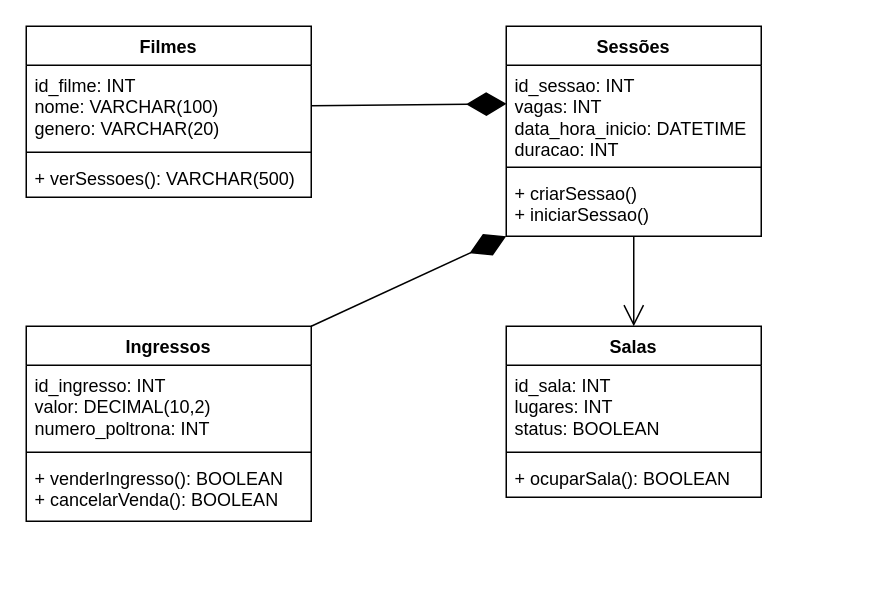
Before: SENAI/BACK-END/Semestre 2/diagrama_classe/atividade_cinema_classes_andrewclarck.drawio in andrew-clarck/SENAI, a draw.io diagram. Source tidied: cells renumbered, new cells numbered last; positions are measured from the earlier drawing's top-left corner, leaving out a move shared by most shapes. Both pictures are drawn from the tidied source at 150%, with x=0, y=0 at pixel (26, 26).
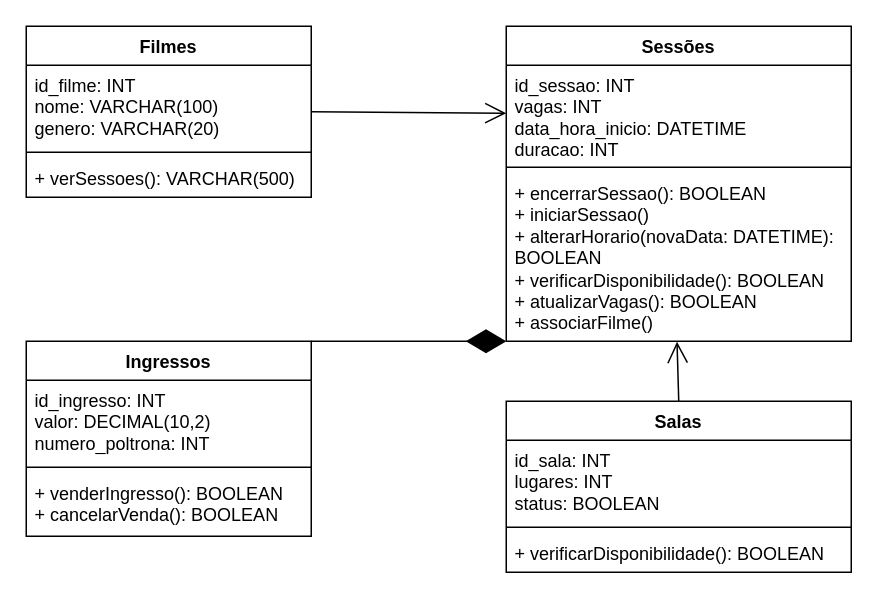
Above is the later version.

The change refers to these unchanged cells:
```xml
<mxCell id="2" value="Filmes" style="swimlane;fontStyle=1;align=center;verticalAlign=top;horizontal=1;startSize=26;whiteSpace=wrap;html=1;" parent="1" vertex="1">
  <mxGeometry width="190" height="114" as="geometry" />
</mxCell>
<mxCell id="3" value="&lt;div&gt;id_filme: INT&lt;/div&gt;nome: VARCHAR(100)&lt;div&gt;genero: VARCHAR(20)&lt;/div&gt;" style="text;strokeColor=none;fillColor=none;align=left;verticalAlign=top;spacingLeft=4;spacingRight=4;overflow=hidden;points=[[0,0.5],[1,0.5]];portConstraint=eastwest;whiteSpace=wrap;html=1;" parent="2" vertex="1">
  <mxGeometry y="26" width="190" height="54" as="geometry" />
</mxCell>
```

The edit, as a diff of the source:
```diff
@@
     <mxCell id="6" value="Sessões" style="swimlane;fontStyle=1;align=center;verticalAlign=top;horizontal=1;startSize=26;whiteSpace=wrap;html=1;" parent="1" vertex="1">
-      <mxGeometry x="320" width="170" height="140" as="geometry" />
+      <mxGeometry x="320" width="230" height="210" as="geometry" />
     </mxCell>
     <mxCell id="7" value="id_sessao: INT&lt;div&gt;vagas: INT&lt;/div&gt;&lt;div&gt;data_hora_inicio: DATETIME&lt;/div&gt;&lt;div&gt;duracao: INT&lt;/div&gt;" style="text;strokeColor=none;fillColor=none;align=left;verticalAlign=top;spacingLeft=4;spacingRight=4;overflow=hidden;points=[[0,0.5],[1,0.5]];portConstraint=eastwest;whiteSpace=wrap;html=1;" parent="6" vertex="1">
-      <mxGeometry y="26" width="170" height="64" as="geometry" />
+      <mxGeometry y="26" width="230" height="64" as="geometry" />
     </mxCell>
     <mxCell id="8" style="line;strokeWidth=1;fillColor=none;align=left;verticalAlign=middle;spacingTop=-1;spacingLeft=3;spacingRight=3;labelPosition=right;strokeColor=inherit;" parent="6" vertex="1">
-      <mxGeometry y="90" width="170" height="8" as="geometry" />
+      <mxGeometry y="90" width="230" height="8" as="geometry" />
     </mxCell>
-    <mxCell id="9" value="+ criarSessao()&lt;div&gt;+ iniciarSessao()&lt;/div&gt;" style="text;strokeColor=none;fillColor=none;align=left;verticalAlign=top;spacingLeft=4;spacingRight=4;overflow=hidden;points=[[0,0.5],[1,0.5]];portConstraint=eastwest;whiteSpace=wrap;html=1;" parent="6" vertex="1">
-      <mxGeometry y="98" width="170" height="42" as="geometry" />
+    <mxCell id="9" value="&lt;div&gt;+ encerrarSessao(): BOOLEAN&lt;/div&gt;&lt;div&gt;+ iniciarSessao()&lt;/div&gt;&lt;div&gt;+&amp;nbsp;alterarHorario(novaData: DATETIME): BOOLEAN&lt;/div&gt;&lt;div&gt;+&amp;nbsp;verificarDisponibilidade(): BOOLEAN&lt;/div&gt;&lt;div&gt;+&amp;nbsp;atualizarVagas(): BOOLEAN&lt;/div&gt;&lt;div&gt;+ associarFilme()&lt;/div&gt;" style="text;strokeColor=none;fillColor=none;align=left;verticalAlign=top;spacingLeft=4;spacingRight=4;overflow=hidden;points=[[0,0.5],[1,0.5]];portConstraint=eastwest;whiteSpace=wrap;html=1;" parent="6" vertex="1">
+      <mxGeometry y="98" width="230" height="112" as="geometry" />
     </mxCell>
     <mxCell id="10" value="Ingressos" style="swimlane;fontStyle=1;align=center;verticalAlign=top;horizontal=1;startSize=26;whiteSpace=wrap;html=1;" parent="1" vertex="1">
-      <mxGeometry y="200" width="190" height="130" as="geometry" />
+      <mxGeometry y="210" width="190" height="130" as="geometry" />
     </mxCell>
@@
     <mxCell id="14" value="Salas" style="swimlane;fontStyle=1;align=center;verticalAlign=top;horizontal=1;startSize=26;whiteSpace=wrap;html=1;" parent="1" vertex="1">
-      <mxGeometry x="320" y="200" width="170" height="114" as="geometry" />
+      <mxGeometry x="320" y="250" width="230" height="114" as="geometry" />
     </mxCell>
     <mxCell id="15" value="id_sala: INT&lt;div&gt;lugares: INT&lt;/div&gt;&lt;div&gt;status: BOOLEAN&lt;/div&gt;" style="text;strokeColor=none;fillColor=none;align=left;verticalAlign=top;spacingLeft=4;spacingRight=4;overflow=hidden;whiteSpace=wrap;html=1;" parent="14" vertex="1">
-      <mxGeometry y="26" width="170" height="54" as="geometry" />
+      <mxGeometry y="26" width="230" height="54" as="geometry" />
     </mxCell>
     <mxCell id="16" style="line;strokeWidth=1;fillColor=none;align=left;verticalAlign=middle;spacingTop=-1;spacingLeft=3;spacingRight=3;labelPosition=right;strokeColor=inherit;" parent="14" vertex="1">
-      <mxGeometry y="80" width="170" height="8" as="geometry" />
+      <mxGeometry y="80" width="230" height="8" as="geometry" />
     </mxCell>
-    <mxCell id="17" value="+ ocuparSala(): BOOLEAN" style="text;strokeColor=none;fillColor=none;align=left;verticalAlign=top;spacingLeft=4;spacingRight=4;overflow=hidden;whiteSpace=wrap;html=1;" parent="14" vertex="1">
-      <mxGeometry y="88" width="170" height="26" as="geometry" />
+    <mxCell id="17" value="+ verificarDisponibilidade(): BOOLEAN" style="text;strokeColor=none;fillColor=none;align=left;verticalAlign=top;spacingLeft=4;spacingRight=4;overflow=hidden;whiteSpace=wrap;html=1;" parent="14" vertex="1">
+      <mxGeometry y="88" width="230" height="26" as="geometry" />
     </mxCell>
@@
-    <mxCell id="19" style="endArrow=diamondThin;endFill=1;endSize=24;html=1;rounded=0;entryX=0.001;entryY=0.402;entryDx=0;entryDy=0;exitX=1;exitY=0.5;exitDx=0;exitDy=0;entryPerimeter=0;" parent="1" edge="1" source="3" target="7">
-      <mxGeometry relative="1" as="geometry" />
-    </mxCell>
+    <mxCell id="21" style="endArrow=open;endFill=1;endSize=12;html=1;rounded=0;entryX=0;entryY=0.5;entryDx=0;entryDy=0;exitX=1;exitY=0.5;exitDx=0;exitDy=0;" parent="1" edge="1" source="2" target="7">
+      <mxGeometry relative="1" as="geometry" />
+    </mxCell>
-    <mxCell id="20" style="endArrow=open;endFill=1;endSize=12;html=1;rounded=0;entryX=0.5;entryY=0;entryDx=0;entryDy=0;" parent="1" edge="1" source="9" target="14">
+    <mxCell id="20" style="endArrow=open;endFill=1;endSize=12;html=1;rounded=0;entryX=0.495;entryY=1.003;entryDx=0;entryDy=0;entryPerimeter=0;exitX=0.5;exitY=0;exitDx=0;exitDy=0;" parent="1" edge="1" source="14" target="9">
       <mxGeometry relative="1" as="geometry" />
     </mxCell>
```
